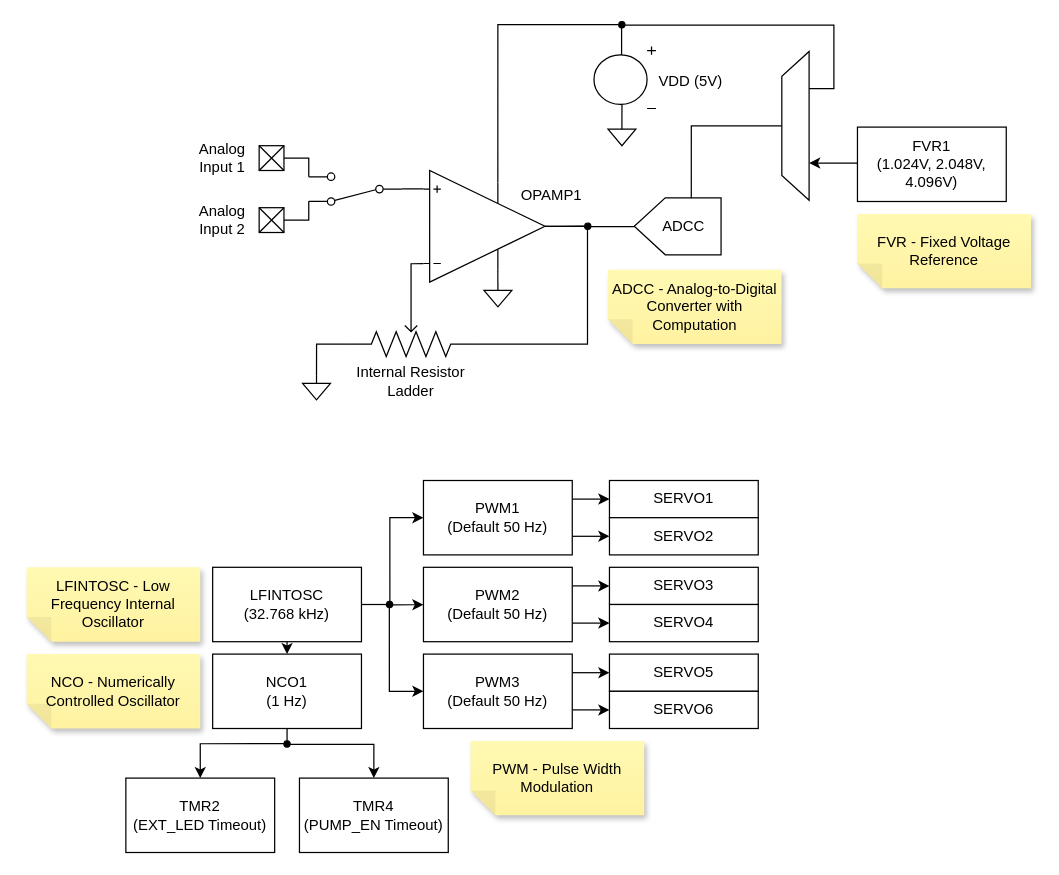
robperkel/evilia-boat-servo keeps this draw.io diagram as Images/Peripheral Diagram.drawio. Above is the earlier version. Source tidied: cells renumbered, new cells numbered last; positions are measured from the earlier drawing's top-left corner, leaving out a move shared by most shapes. Both pictures are drawn from the tidied source at 124%, with x=0, y=0 at pixel (26, 21).
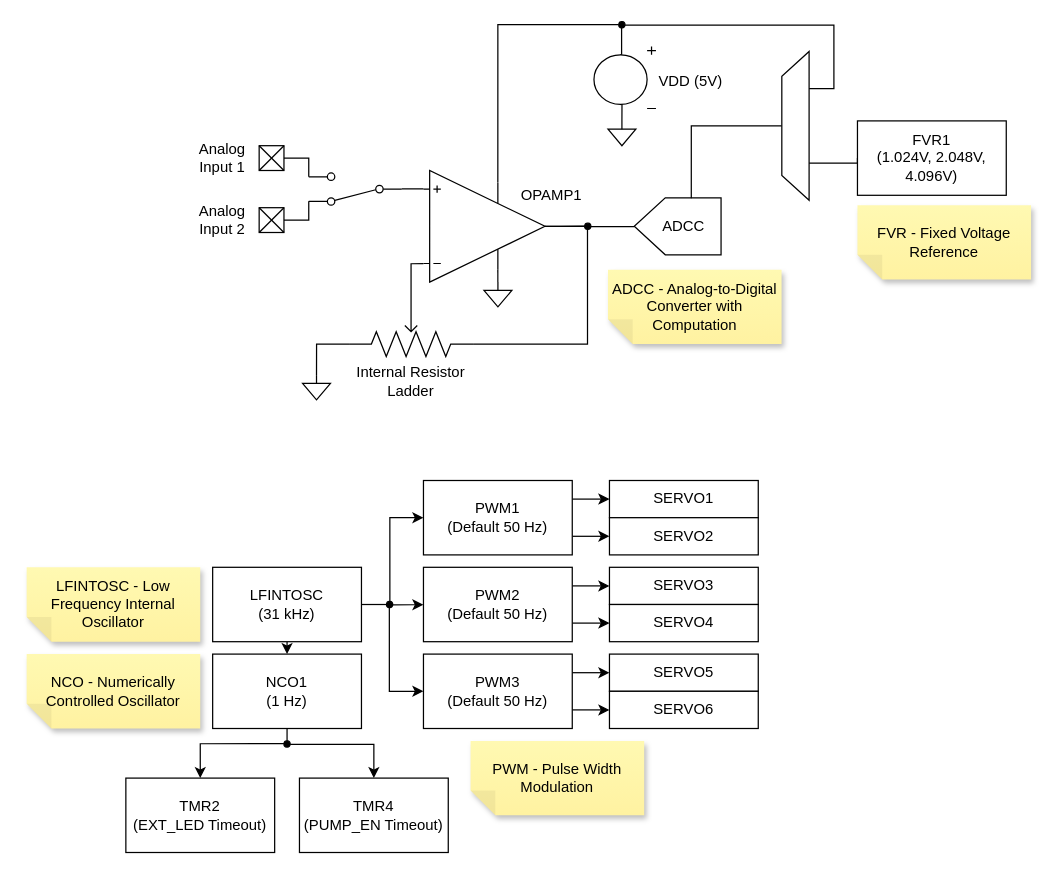
Above is the later version.

The change refers to these unchanged cells:
```xml
<mxCell id="68" style="shape=trapezoid;perimeter=trapezoidPerimeter;whiteSpace=wrap;html=1;fixedSize=1;rotation=-90;" parent="1" vertex="1">
  <mxGeometry x="560" y="73" width="120" height="22" as="geometry" />
</mxCell>
```

Diff of the diagram source:
```diff
@@
-    <mxCell id="13" value="LFINTOSC&lt;br&gt;(32.768 kHz)" style="rounded=0;whiteSpace=wrap;html=1;labelBackgroundColor=none;" parent="1" vertex="1">
+    <mxCell id="13" value="LFINTOSC&lt;br&gt;(31 kHz)" style="rounded=0;whiteSpace=wrap;html=1;labelBackgroundColor=none;" parent="1" vertex="1">
       <mxGeometry x="150" y="440" width="120" height="60" as="geometry" />
     </mxCell>
@@
-    <mxCell id="72" style="edgeStyle=orthogonalEdgeStyle;rounded=0;jettySize=auto;html=1;exitX=0;exitY=0.5;exitDx=0;exitDy=0;entryX=0.25;entryY=1;entryDx=0;entryDy=0;" parent="1" edge="1" source="73" target="68">
+    <mxCell id="72" style="edgeStyle=orthogonalEdgeStyle;rounded=0;jettySize=auto;html=1;exitX=0;exitY=0.5;exitDx=0;exitDy=0;entryX=0.25;entryY=1;entryDx=0;entryDy=0;endArrow=none;endFill=0;" parent="1" edge="1" source="73" target="68">
       <mxGeometry relative="1" as="geometry">
         <Array as="points">
           <mxPoint x="631" y="114" />
         </Array>
       </mxGeometry>
     </mxCell>
     <mxCell id="73" value="FVR1&lt;br&gt;(1.024V, 2.048V, 4.096V)" style="rounded=0;whiteSpace=wrap;html=1;labelBackgroundColor=none;" parent="1" vertex="1">
-      <mxGeometry x="670" y="85" width="120" height="60" as="geometry" />
+      <mxGeometry x="670" y="80" width="120" height="60" as="geometry" />
     </mxCell>
     <mxCell id="74" value="FVR - Fixed Voltage Reference" style="shape=note;whiteSpace=wrap;html=1;backgroundOutline=1;fontColor=#000000;darkOpacity=0.05;fillColor=#FFF9B2;strokeColor=none;fillStyle=solid;direction=west;gradientDirection=north;gradientColor=#FFF2A1;shadow=1;size=20;" parent="1" vertex="1">
-      <mxGeometry x="670" y="155" width="140" height="60" as="geometry" />
+      <mxGeometry x="670" y="148" width="140" height="60" as="geometry" />
     </mxCell>
```
